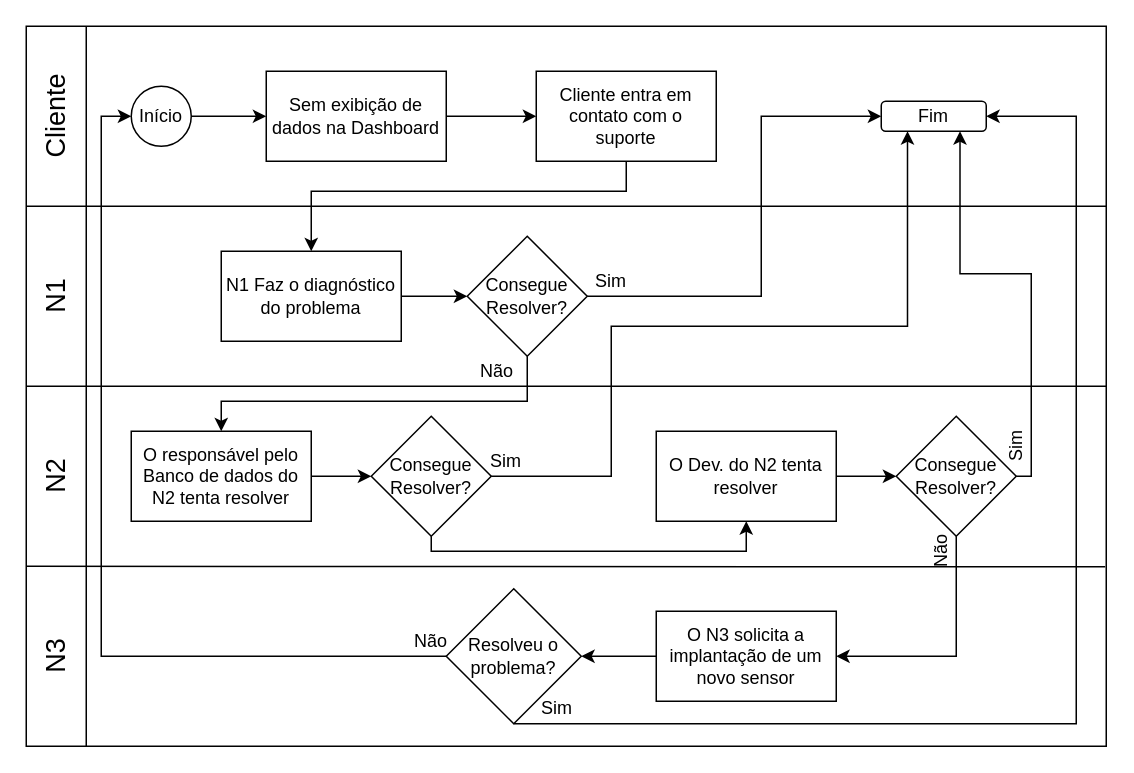
Before: Tecnologia da Informação/Fluxograma.drawio in Biotec-Sprint02/Projeto-PI, a draw.io diagram. Source tidied: cells renumbered, new cells numbered last; positions are measured from the earlier drawing's top-left corner, leaving out a move shared by most shapes. Both pictures are drawn from the tidied source at 150%, with x=0, y=0 at pixel (10, 26).
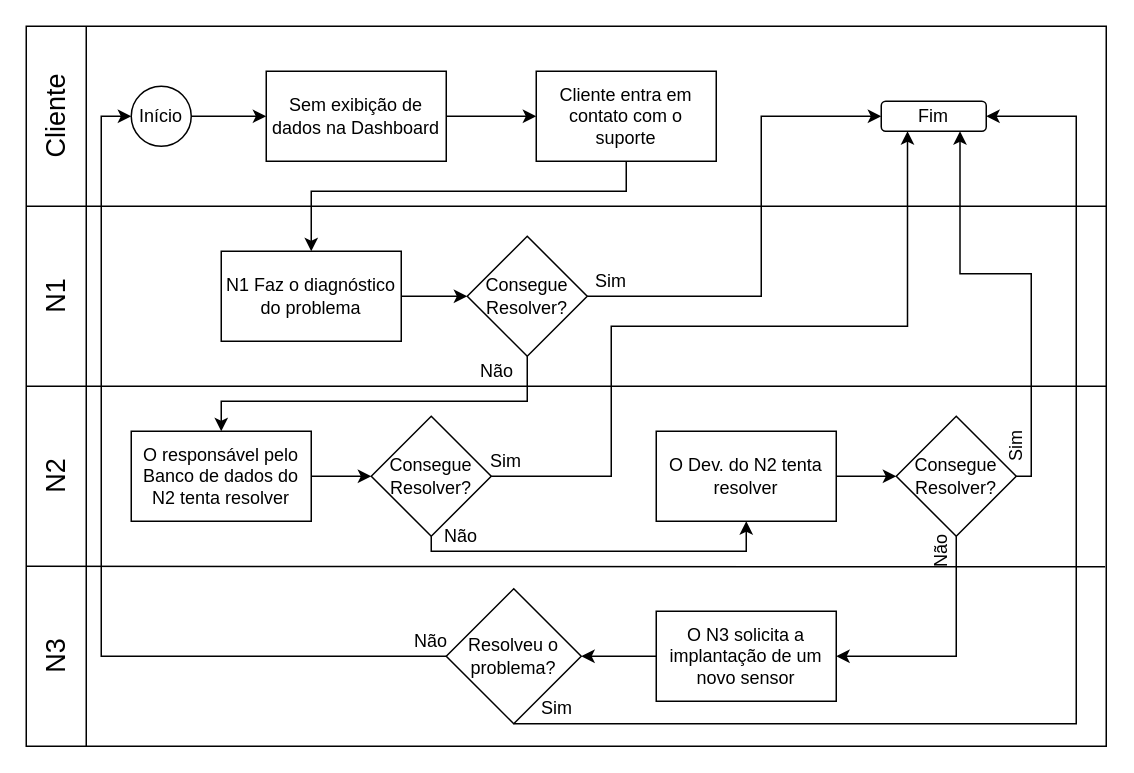
The same page after the edit.

Commit message (it also covers changes not shown here):
Atualização do fluxograma

Change to the diagram source:
```diff
@@
+    <mxCell id="45" value="Não" style="text;html=1;strokeColor=none;fillColor=none;align=center;verticalAlign=middle;whiteSpace=wrap;rounded=0;" parent="1" vertex="1">
+      <mxGeometry x="280" y="330" width="40" height="20" as="geometry" />
+    </mxCell>
```
